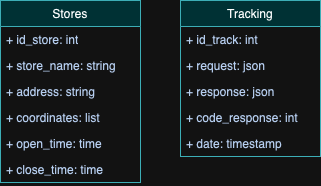
The draw.io diagram instastore/multimedia/database.png in Valentina17varela/technical-challenges, before a commit. Source tidied: cells renumbered, new cells last; positions are measured from the earlier drawing's top-left corner, leaving out a move shared by most shapes.
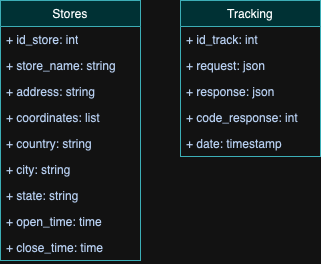
Above is the later version.

The edit, as a diff of the source:
```diff
@@ -3,7 +3,7 @@
     <mxCell id="0" />
     <mxCell id="1" parent="0" />
     <mxCell id="2" value="Stores" style="swimlane;fontStyle=0;horizontal=1;startSize=26;fillColor=#b0e3e6;whiteSpace=wrap;html=1;strokeColor=#0e8088;" parent="1" vertex="1">
-      <mxGeometry width="140" height="182" as="geometry" />
+      <mxGeometry width="140" height="260" as="geometry" />
     </mxCell>
     <mxCell id="3" value="+ id_store: int" style="text;strokeColor=none;fillColor=none;align=left;verticalAlign=top;spacingLeft=4;spacingRight=4;overflow=hidden;whiteSpace=wrap;html=1;fontColor=#1D3557;" parent="2" vertex="1">
       <mxGeometry y="26" width="140" height="26" as="geometry" />
@@ -17,11 +17,20 @@
     <mxCell id="6" value="+ coordinates: list" style="text;strokeColor=none;fillColor=none;align=left;verticalAlign=top;spacingLeft=4;spacingRight=4;overflow=hidden;whiteSpace=wrap;html=1;fontColor=#1D3557;" parent="2" vertex="1">
       <mxGeometry y="104" width="140" height="26" as="geometry" />
     </mxCell>
+    <mxCell id="15" value="+ country: string" style="text;strokeColor=none;fillColor=none;align=left;verticalAlign=top;spacingLeft=4;spacingRight=4;overflow=hidden;whiteSpace=wrap;html=1;fontColor=#1D3557;" parent="2" vertex="1">
+      <mxGeometry y="130" width="140" height="26" as="geometry" />
+    </mxCell>
+    <mxCell id="16" value="+ city: string" style="text;strokeColor=none;fillColor=none;align=left;verticalAlign=top;spacingLeft=4;spacingRight=4;overflow=hidden;whiteSpace=wrap;html=1;fontColor=#1D3557;" parent="2" vertex="1">
+      <mxGeometry y="156" width="140" height="26" as="geometry" />
+    </mxCell>
+    <mxCell id="17" value="+ state: string" style="text;strokeColor=none;fillColor=none;align=left;verticalAlign=top;spacingLeft=4;spacingRight=4;overflow=hidden;whiteSpace=wrap;html=1;fontColor=#1D3557;" parent="2" vertex="1">
+      <mxGeometry y="182" width="140" height="26" as="geometry" />
+    </mxCell>
     <mxCell id="7" value="+ open_time: time" style="text;strokeColor=none;fillColor=none;align=left;verticalAlign=top;spacingLeft=4;spacingRight=4;overflow=hidden;whiteSpace=wrap;html=1;fontColor=#1D3557;" parent="2" vertex="1">
-      <mxGeometry y="130" width="140" height="26" as="geometry" />
+      <mxGeometry y="208" width="140" height="26" as="geometry" />
     </mxCell>
     <mxCell id="8" value="+ close_time: time" style="text;strokeColor=none;fillColor=none;align=left;verticalAlign=top;spacingLeft=4;spacingRight=4;overflow=hidden;whiteSpace=wrap;html=1;fontColor=#1D3557;" parent="2" vertex="1">
-      <mxGeometry y="156" width="140" height="26" as="geometry" />
+      <mxGeometry y="234" width="140" height="26" as="geometry" />
     </mxCell>
     <mxCell id="9" value="Tracking" style="swimlane;fontStyle=0;horizontal=1;startSize=26;fillColor=#b0e3e6;whiteSpace=wrap;html=1;strokeColor=#0e8088;" parent="1" vertex="1">
       <mxGeometry x="180" width="140" height="156" as="geometry" />
```
